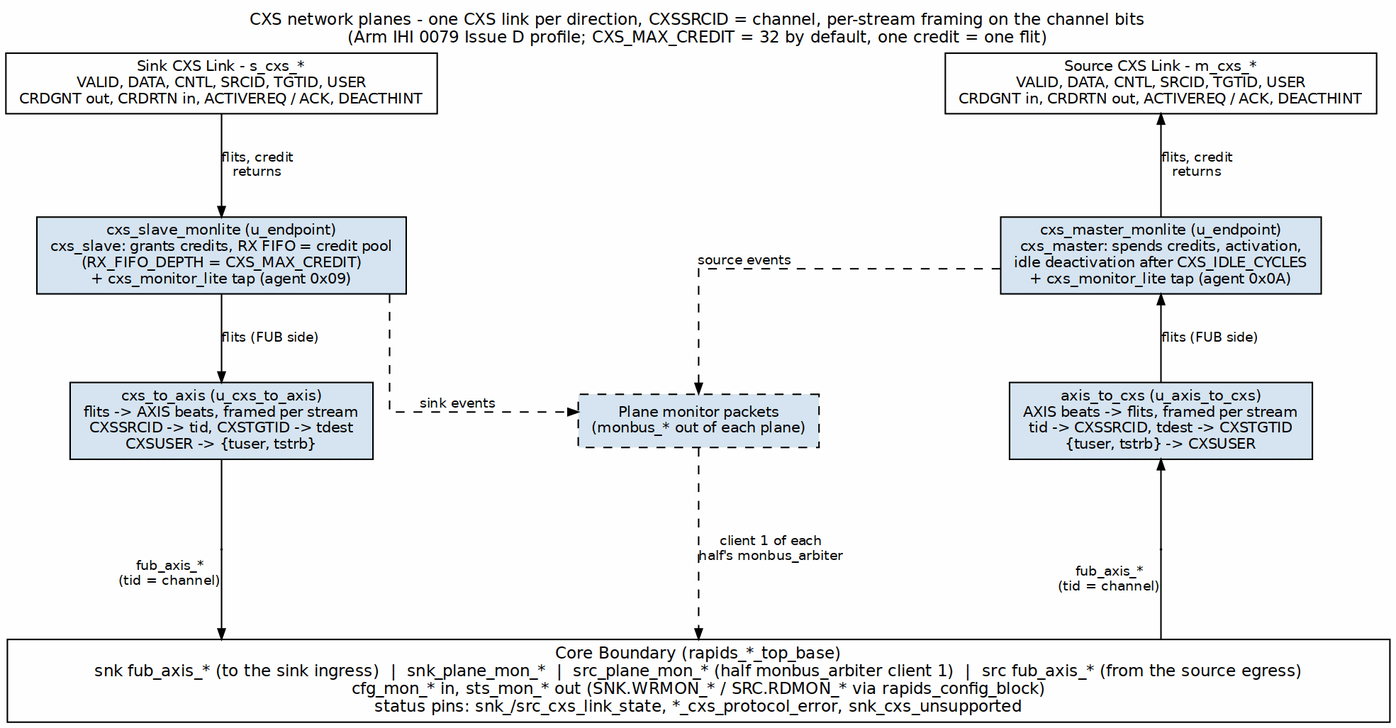
Earlier version of the Graphviz export projects/components/dma-ip/rapids/docs/rapids_beats_mas/assets/graphviz/23_cxs_planes.png (sean-galloway/RTLDesignSherpa). Its source is kept beside it as projects/components/dma-ip/rapids/docs/rapids_beats_mas/assets/graphviz/23_cxs_planes.dot.
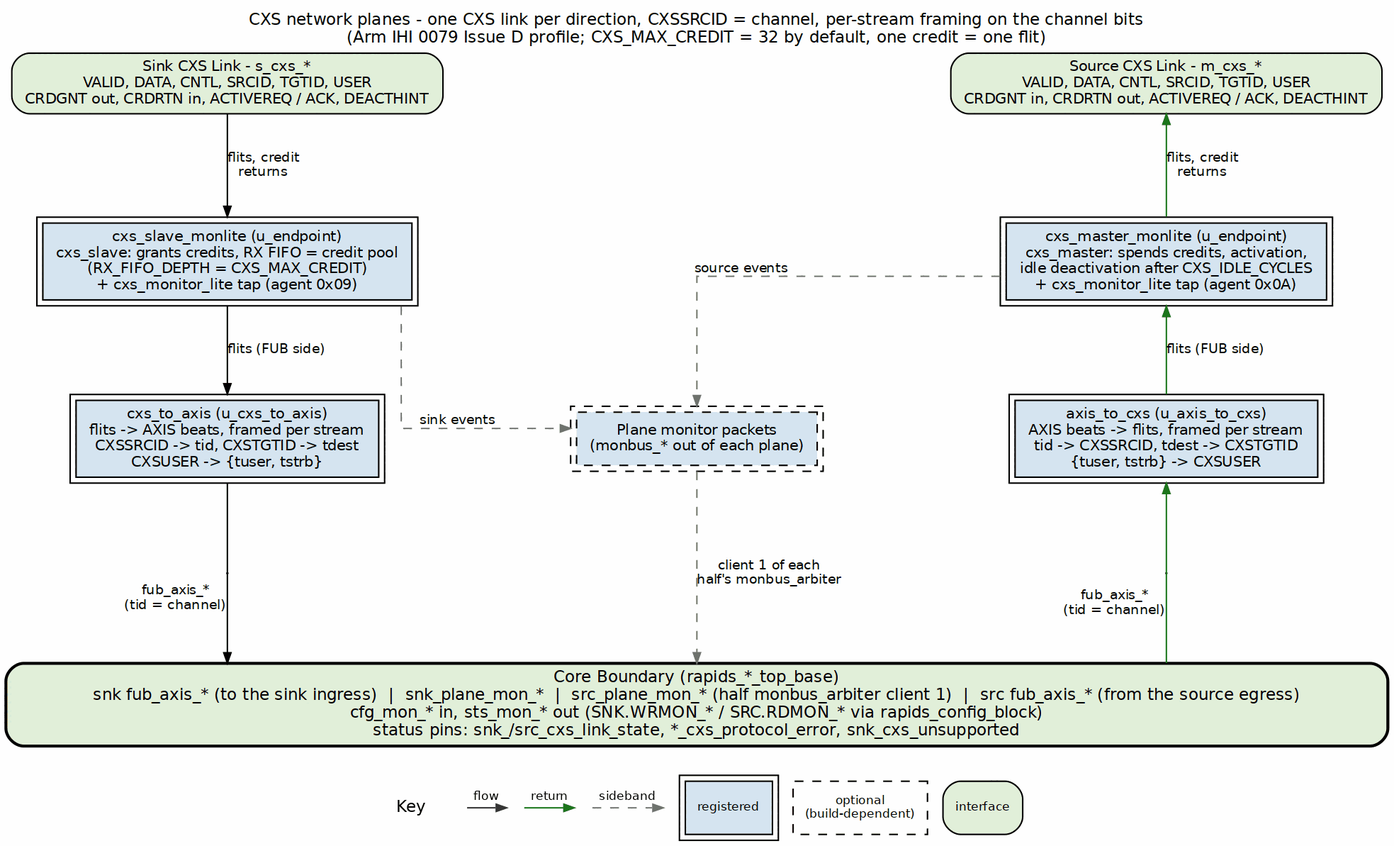
Later version of the same file.

Diff of the diagram source:
```diff
@@ -4,21 +4,21 @@
            label="CXS network planes - one CXS link per direction, CXSSRCID = channel, per-stream framing on the channel bits\n(Arm IHI 0079 Issue D profile; CXS_MAX_CREDIT = 32 by default, one credit = one flit)",
            labelloc=t, labeljust=c];
     node  [fontname="Helvetica", fontsize=10, shape=box, style=filled,
-           fillcolor="#D6E4F0", color="black", margin="0.12,0.06"];
+           fillcolor="white", color="black", margin="0.12,0.06"];
     edge  [fontname="Helvetica", fontsize=9, color="black", arrowsize=0.7];
 
-    s_cxs [label="Sink CXS Link - s_cxs_*\nVALID, DATA, CNTL, SRCID, TGTID, USER\nCRDGNT out, CRDRTN in, ACTIVEREQ / ACK, DEACTHINT", fillcolor="white", group=L];
-    m_cxs [label="Source CXS Link - m_cxs_*\nVALID, DATA, CNTL, SRCID, TGTID, USER\nCRDGNT in, CRDRTN out, ACTIVEREQ / ACK, DEACTHINT", fillcolor="white", group=R];
+    s_cxs [label="Sink CXS Link - s_cxs_*\nVALID, DATA, CNTL, SRCID, TGTID, USER\nCRDGNT out, CRDRTN in, ACTIVEREQ / ACK, DEACTHINT", fillcolor="white", group=L, style="rounded,filled", fillcolor="#E2EFDA"];
+    m_cxs [label="Source CXS Link - m_cxs_*\nVALID, DATA, CNTL, SRCID, TGTID, USER\nCRDGNT in, CRDRTN out, ACTIVEREQ / ACK, DEACTHINT", fillcolor="white", group=R, style="rounded,filled", fillcolor="#E2EFDA"];
 
-    rx_ep [label="cxs_slave_monlite (u_endpoint)\ncxs_slave: grants credits, RX FIFO = credit pool\n(RX_FIFO_DEPTH = CXS_MAX_CREDIT)\n+ cxs_monitor_lite tap (agent 0x09)", group=L];
-    tx_ep [label="cxs_master_monlite (u_endpoint)\ncxs_master: spends credits, activation,\nidle deactivation after CXS_IDLE_CYCLES\n+ cxs_monitor_lite tap (agent 0x0A)", group=R];
+    rx_ep [label="cxs_slave_monlite (u_endpoint)\ncxs_slave: grants credits, RX FIFO = credit pool\n(RX_FIFO_DEPTH = CXS_MAX_CREDIT)\n+ cxs_monitor_lite tap (agent 0x09)", group=L, peripheries=2, style="filled", fillcolor="#D6E4F0"];
+    tx_ep [label="cxs_master_monlite (u_endpoint)\ncxs_master: spends credits, activation,\nidle deactivation after CXS_IDLE_CYCLES\n+ cxs_monitor_lite tap (agent 0x0A)", group=R, peripheries=2, style="filled", fillcolor="#D6E4F0"];
 
-    c2a [label="cxs_to_axis (u_cxs_to_axis)\nflits -> AXIS beats, framed per stream\nCXSSRCID -> tid, CXSTGTID -> tdest\nCXSUSER -> {tuser, tstrb}", group=L];
-    mon [label="Plane monitor packets\n(monbus_* out of each plane)", style="filled,dashed", group=C];
-    a2c [label="axis_to_cxs (u_axis_to_cxs)\nAXIS beats -> flits, framed per stream\ntid -> CXSSRCID, tdest -> CXSTGTID\n{tuser, tstrb} -> CXSUSER", group=R];
+    c2a [label="cxs_to_axis (u_cxs_to_axis)\nflits -> AXIS beats, framed per stream\nCXSSRCID -> tid, CXSTGTID -> tdest\nCXSUSER -> {tuser, tstrb}", group=L, peripheries=2, style="filled", fillcolor="#D6E4F0"];
+    mon [label="Plane monitor packets\n(monbus_* out of each plane)", style="filled,dashed", group=C, peripheries=2, style="filled,dashed", fillcolor="#D6E4F0"];
+    a2c [label="axis_to_cxs (u_axis_to_cxs)\nAXIS beats -> flits, framed per stream\ntid -> CXSSRCID, tdest -> CXSTGTID\n{tuser, tstrb} -> CXSUSER", group=R, peripheries=2, style="filled", fillcolor="#D6E4F0"];
 
     core [label="Core Boundary (rapids_*_top_base)\nsnk fub_axis_* (to the sink ingress)  |  snk_plane_mon_*  |  src_plane_mon_* (half monbus_arbiter client 1)  |  src fub_axis_* (from the source egress)\ncfg_mon_* in, sts_mon_* out (SNK.WRMON_* / SRC.RDMON_* via rapids_config_block)\nstatus pins: snk_/src_cxs_link_state, *_cxs_protocol_error, snk_cxs_unsupported",
-          fillcolor="white", width=13.0, fontsize=11, group=C];
+          fillcolor="white", width=13.0, fontsize=11, group=C, style="rounded,filled,bold", fillcolor="#E2EFDA"];
 
     s_cxs -> rx_ep [label="flits, credit\nreturns"];
     rx_ep -> c2a   [label="flits (FUB side)"];
@@ -26,15 +26,15 @@
     c2a  -> p_rx   [arrowhead=none, headclip=false];
     p_rx -> core   [xlabel="fub_axis_*\n(tid = channel)", tailclip=false];
 
-    rx_ep -> mon  [style=dashed, xlabel="sink events"];
-    tx_ep -> mon  [style=dashed, xlabel="source events"];
-    mon   -> core [style=dashed, label="client 1 of each\nhalf's monbus_arbiter"];
+    rx_ep -> mon  [style=dashed, color="#777777", xlabel="sink events"];
+    tx_ep -> mon  [style=dashed, color="#777777", xlabel="source events"];
+    mon   -> core [style=dashed, color="#777777", label="client 1 of each\nhalf's monbus_arbiter"];
 
-    m_cxs -> tx_ep [dir=back, label="flits, credit\nreturns"];
-    tx_ep -> a2c   [dir=back, label="flits (FUB side)"];
+    m_cxs -> tx_ep [color="#1A7A1A", dir=back, label="flits, credit\nreturns"];
+    tx_ep -> a2c   [color="#1A7A1A", dir=back, label="flits (FUB side)"];
     p_tx [shape=point, width=0.01, group=R];
-    a2c  -> p_tx   [dir=back, headclip=false];
-    p_tx -> core   [dir=none, xlabel="fub_axis_*\n(tid = channel)", tailclip=false];
+    a2c  -> p_tx   [color="#1A7A1A", dir=back, headclip=false];
+    p_tx -> core   [color="#1A7A1A", dir=none, xlabel="fub_axis_*\n(tid = channel)", tailclip=false];
 
     { rank=same; s_cxs; top_c; m_cxs; }
     top_c [style=invis, label="", width=3.0, group=C];
```
